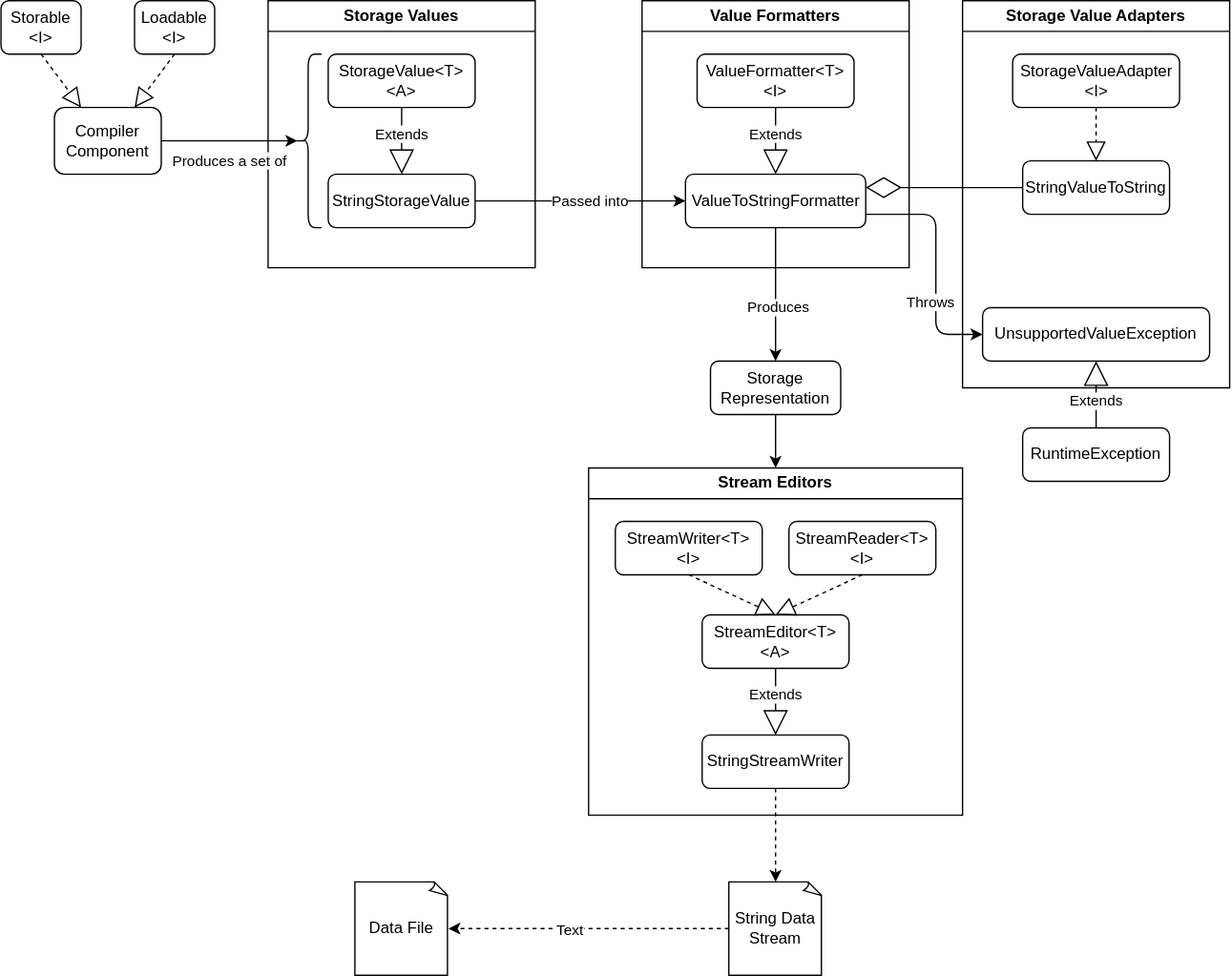
warburec/GenCompilation keeps this draw.io diagram as docs/diagrams/Storage.drawio.svg. Above is the earlier version. Source tidied: cells renumbered, new cells last; positions are measured from the earlier drawing's top-left corner, leaving out a move shared by most shapes.
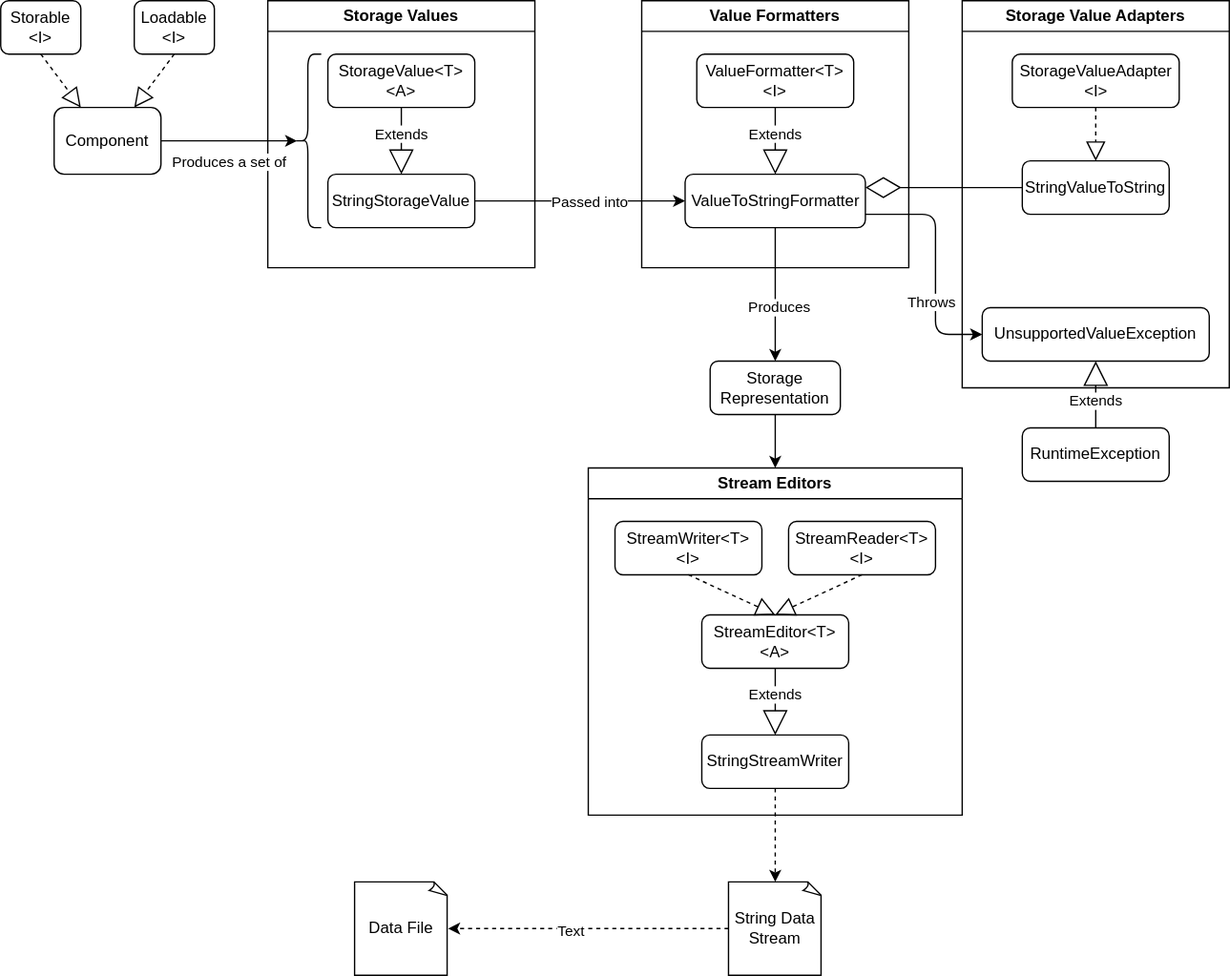
Later version of the same file.

Diff of the diagram source:
```diff
@@ -47,7 +47,7 @@
         <mxPoint x="17" y="14" as="offset" />
       </mxGeometry>
     </mxCell>
-    <mxCell id="15" value="Compiler Component" style="rounded=1;whiteSpace=wrap;html=1;" parent="1" vertex="1">
+    <mxCell id="15" value="Component" style="rounded=1;whiteSpace=wrap;html=1;" parent="1" vertex="1">
       <mxGeometry x="40" y="80" width="80" height="50" as="geometry" />
     </mxCell>
     <mxCell id="16" value="Storage Value Adapters" style="swimlane;whiteSpace=wrap;html=1;" parent="1" vertex="1">
```
